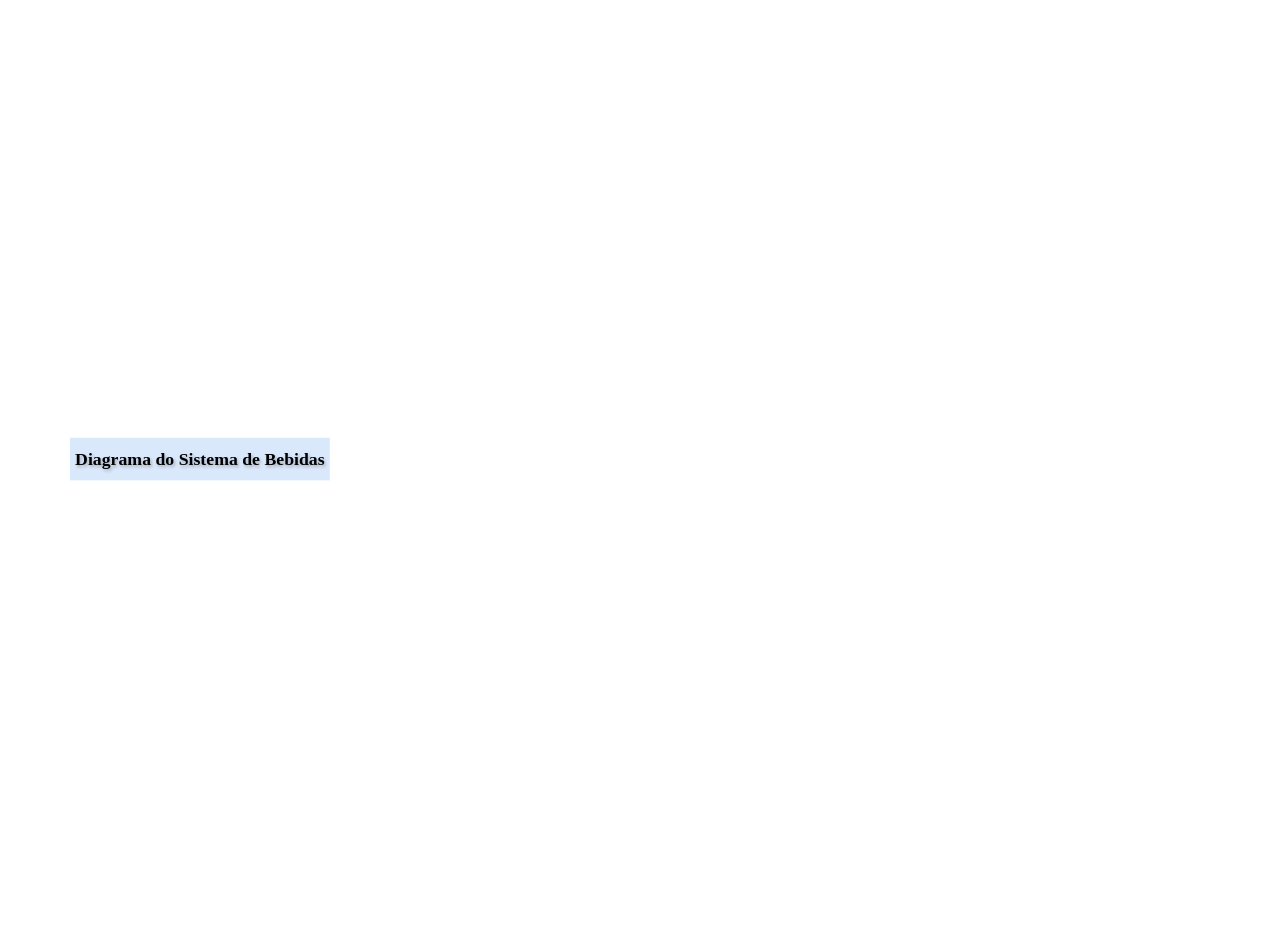
Before: DrinkDistributor.drawio in falkAnonymous/DrinkDistributor, a draw.io diagram. Source tidied: cells renumbered, new cells numbered last; positions are measured from the earlier drawing's top-left corner, leaving out a move shared by most shapes. Both pictures are drawn from the tidied source at 71%, with x=0, y=0 at pixel (70, 437).
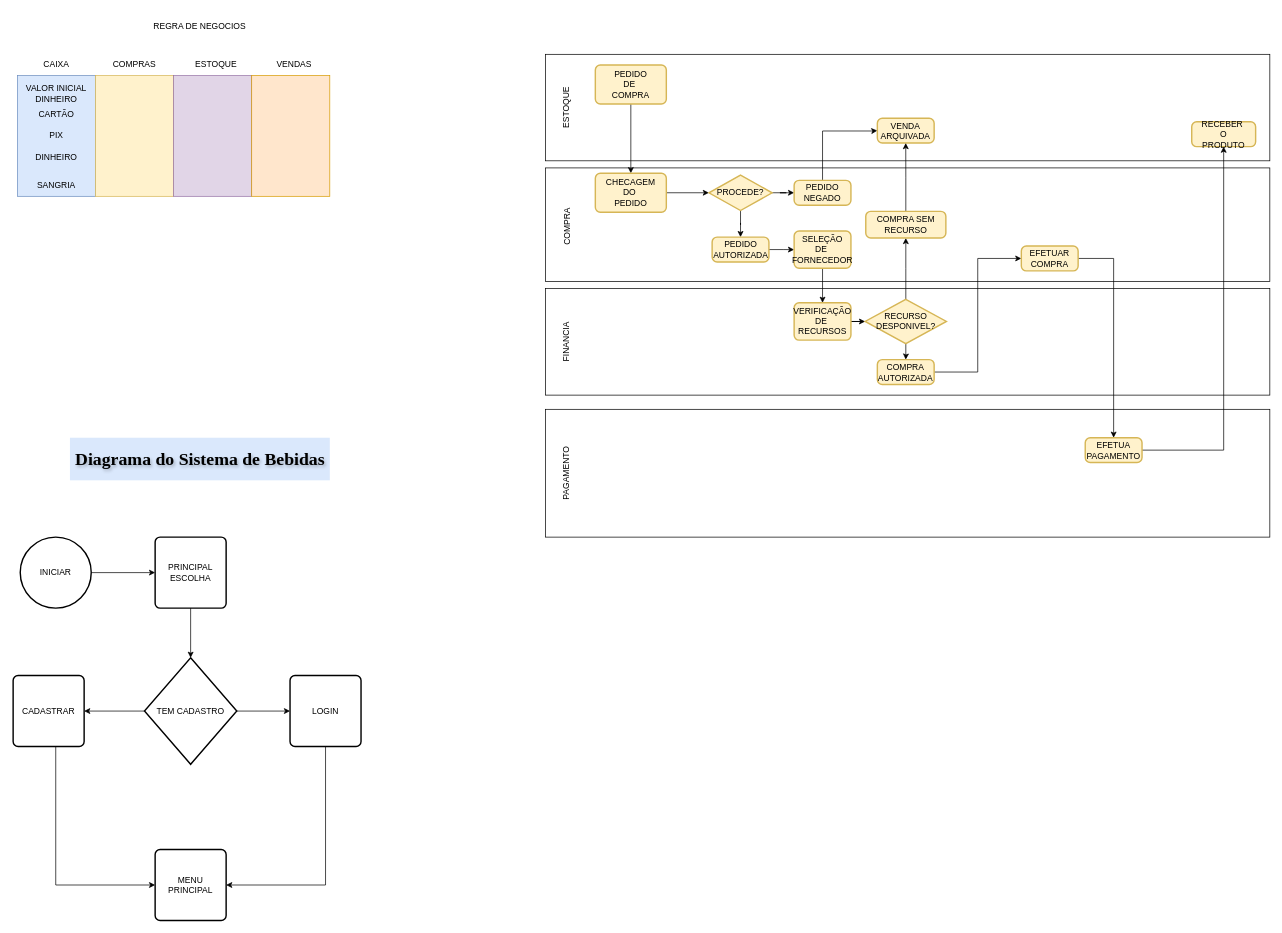
After the change.

What changed in the source:
```diff
@@
+    <mxCell id="3" style="edgeStyle=orthogonalEdgeStyle;rounded=0;jettySize=auto;html=1;" parent="1" edge="1" source="4" target="6">
+      <mxGeometry relative="1" as="geometry" />
+    </mxCell>
+    <mxCell id="4" value="INICIAR" style="strokeWidth=2;html=1;shape=mxgraph.flowchart.start_2;whiteSpace=wrap;" parent="1" vertex="1">
+      <mxGeometry x="-70" y="140" width="100" height="100" as="geometry" />
+    </mxCell>
+    <mxCell id="5" style="edgeStyle=orthogonalEdgeStyle;rounded=0;jettySize=auto;html=1;" parent="1" edge="1" source="6" target="13">
+      <mxGeometry relative="1" as="geometry" />
+    </mxCell>
+    <mxCell id="6" value="PRINCIPAL&lt;div&gt;ESCOLHA&lt;/div&gt;" style="rounded=1;whiteSpace=wrap;html=1;absoluteArcSize=1;arcSize=14;strokeWidth=2;" parent="1" vertex="1">
+      <mxGeometry x="120" y="140" width="100" height="100" as="geometry" />
+    </mxCell>
+    <mxCell id="7" style="edgeStyle=orthogonalEdgeStyle;rounded=0;jettySize=auto;html=1;entryX=1;entryY=0.5;entryDx=0;entryDy=0;" parent="1" edge="1" source="8" target="14">
+      <mxGeometry relative="1" as="geometry">
+        <Array as="points">
+          <mxPoint x="360" y="630" />
+        </Array>
+      </mxGeometry>
+    </mxCell>
+    <mxCell id="8" value="LOGIN" style="rounded=1;whiteSpace=wrap;html=1;absoluteArcSize=1;arcSize=14;strokeWidth=2;" parent="1" vertex="1">
+      <mxGeometry x="310" y="335" width="100" height="100" as="geometry" />
+    </mxCell>
+    <mxCell id="9" style="edgeStyle=orthogonalEdgeStyle;rounded=0;jettySize=auto;html=1;entryX=0;entryY=0.5;entryDx=0;entryDy=0;" parent="1" edge="1" source="10" target="14">
+      <mxGeometry relative="1" as="geometry">
+        <Array as="points">
+          <mxPoint x="-20" y="630" />
+        </Array>
+      </mxGeometry>
+    </mxCell>
+    <mxCell id="10" value="CADASTRAR" style="rounded=1;whiteSpace=wrap;html=1;absoluteArcSize=1;arcSize=14;strokeWidth=2;" parent="1" vertex="1">
+      <mxGeometry x="-80" y="335" width="100" height="100" as="geometry" />
+    </mxCell>
+    <mxCell id="11" style="edgeStyle=orthogonalEdgeStyle;rounded=0;jettySize=auto;html=1;" parent="1" edge="1" source="13" target="8">
+      <mxGeometry relative="1" as="geometry" />
+    </mxCell>
+    <mxCell id="12" style="edgeStyle=orthogonalEdgeStyle;rounded=0;jettySize=auto;html=1;" parent="1" edge="1" source="13" target="10">
+      <mxGeometry relative="1" as="geometry" />
+    </mxCell>
+    <mxCell id="13" value="TEM CADASTRO" style="strokeWidth=2;html=1;shape=mxgraph.flowchart.decision;whiteSpace=wrap;" parent="1" vertex="1">
+      <mxGeometry x="105" y="310" width="130" height="150" as="geometry" />
+    </mxCell>
+    <mxCell id="14" value="MENU PRINCIPAL" style="rounded=1;whiteSpace=wrap;html=1;absoluteArcSize=1;arcSize=14;strokeWidth=2;" parent="1" vertex="1">
+      <mxGeometry x="120" y="580" width="100" height="100" as="geometry" />
+    </mxCell>
+    <mxCell id="15" value="REGRA DE NEGOCIOS" style="text;html=1;align=center;verticalAlign=middle;whiteSpace=wrap;rounded=0;" parent="1" vertex="1">
+      <mxGeometry x="98" y="-599" width="170" height="40" as="geometry" />
+    </mxCell>
+    <mxCell id="16" value="VENDAS" style="text;html=1;align=center;verticalAlign=middle;whiteSpace=wrap;rounded=0;" parent="1" vertex="1">
+      <mxGeometry x="286" y="-540" width="60" height="30" as="geometry" />
+    </mxCell>
+    <mxCell id="17" value="COMPRAS" style="text;html=1;align=center;verticalAlign=middle;whiteSpace=wrap;rounded=0;" parent="1" vertex="1">
+      <mxGeometry x="61" y="-540" width="60" height="30" as="geometry" />
+    </mxCell>
+    <mxCell id="18" value="ESTOQUE" style="text;html=1;align=center;verticalAlign=middle;whiteSpace=wrap;rounded=0;" parent="1" vertex="1">
+      <mxGeometry x="176" y="-540" width="60" height="30" as="geometry" />
+    </mxCell>
+    <mxCell id="19" value="CAIXA" style="text;html=1;align=center;verticalAlign=middle;whiteSpace=wrap;rounded=0;" parent="1" vertex="1">
+      <mxGeometry x="-49" y="-540" width="60" height="30" as="geometry" />
+    </mxCell>
+    <mxCell id="20" style="rounded=0;whiteSpace=wrap;html=1;fillColor=#dae8fc;strokeColor=#6c8ebf;" parent="1" vertex="1">
+      <mxGeometry x="-74" y="-510" width="110" height="170" as="geometry" />
+    </mxCell>
+    <mxCell id="21" style="rounded=0;whiteSpace=wrap;html=1;fillColor=#fff2cc;strokeColor=#d6b656;" parent="1" vertex="1">
+      <mxGeometry x="36" y="-510" width="110" height="170" as="geometry" />
+    </mxCell>
+    <mxCell id="22" style="rounded=0;whiteSpace=wrap;html=1;fillColor=#e1d5e7;strokeColor=#9673a6;" parent="1" vertex="1">
+      <mxGeometry x="146" y="-510" width="110" height="170" as="geometry" />
+    </mxCell>
+    <mxCell id="23" style="rounded=0;whiteSpace=wrap;html=1;fillColor=#ffe6cc;strokeColor=#d79b00;" parent="1" vertex="1">
+      <mxGeometry x="256" y="-510" width="110" height="170" as="geometry" />
+    </mxCell>
+    <mxCell id="24" value="VALOR INICIAL&lt;div&gt;DINHEIRO&lt;/div&gt;" style="text;html=1;align=center;verticalAlign=middle;whiteSpace=wrap;rounded=0;" parent="1" vertex="1">
+      <mxGeometry x="-74" y="-500" width="110" height="30" as="geometry" />
+    </mxCell>
+    <mxCell id="25" value="CARTÃO" style="text;html=1;align=center;verticalAlign=middle;whiteSpace=wrap;rounded=0;" parent="1" vertex="1">
+      <mxGeometry x="-74" y="-470" width="110" height="30" as="geometry" />
+    </mxCell>
+    <mxCell id="26" value="PIX" style="text;html=1;align=center;verticalAlign=middle;whiteSpace=wrap;rounded=0;" parent="1" vertex="1">
+      <mxGeometry x="-74" y="-440" width="110" height="30" as="geometry" />
+    </mxCell>
+    <mxCell id="27" value="DINHEIRO" style="text;html=1;align=center;verticalAlign=middle;whiteSpace=wrap;rounded=0;" parent="1" vertex="1">
+      <mxGeometry x="-74" y="-410" width="110" height="30" as="geometry" />
+    </mxCell>
+    <mxCell id="28" value="SANGRIA" style="text;html=1;align=center;verticalAlign=middle;whiteSpace=wrap;rounded=0;" parent="1" vertex="1">
+      <mxGeometry x="-74" y="-370" width="110" height="30" as="geometry" />
+    </mxCell>
+    <mxCell id="29" style="rounded=0;whiteSpace=wrap;html=1;" parent="1" vertex="1">
+      <mxGeometry x="670" y="-540" width="1020" height="150" as="geometry" />
+    </mxCell>
+    <mxCell id="30" style="rounded=0;whiteSpace=wrap;html=1;" parent="1" vertex="1">
+      <mxGeometry x="670" y="-380" width="1020" height="160" as="geometry" />
+    </mxCell>
+    <mxCell id="31" style="rounded=0;whiteSpace=wrap;html=1;" parent="1" vertex="1">
+      <mxGeometry x="670" y="-210" width="1020" height="150" as="geometry" />
+    </mxCell>
+    <mxCell id="32" style="rounded=0;whiteSpace=wrap;html=1;" parent="1" vertex="1">
+      <mxGeometry x="670" y="-40" width="1020" height="180" as="geometry" />
+    </mxCell>
+    <mxCell id="33" value="ESTOQUE" style="text;html=1;align=center;verticalAlign=middle;whiteSpace=wrap;rounded=0;rotation=-90;" parent="1" vertex="1">
+      <mxGeometry x="670" y="-480" width="60" height="30" as="geometry" />
+    </mxCell>
+    <mxCell id="34" value="COMPRA" style="text;html=1;align=center;verticalAlign=middle;whiteSpace=wrap;rounded=0;rotation=-90;" parent="1" vertex="1">
+      <mxGeometry x="670" y="-312.5" width="60" height="30" as="geometry" />
+    </mxCell>
+    <mxCell id="35" value="FINANCIA" style="text;html=1;align=center;verticalAlign=middle;whiteSpace=wrap;rounded=0;rotation=-90;" parent="1" vertex="1">
+      <mxGeometry x="670" y="-150" width="60" height="30" as="geometry" />
+    </mxCell>
+    <mxCell id="36" value="PAGAMENTO" style="text;html=1;align=center;verticalAlign=middle;whiteSpace=wrap;rounded=0;rotation=-90;" parent="1" vertex="1">
+      <mxGeometry x="670" y="35" width="60" height="30" as="geometry" />
+    </mxCell>
+    <mxCell id="37" style="edgeStyle=orthogonalEdgeStyle;rounded=0;jettySize=auto;html=1;" parent="1" edge="1" source="38" target="40">
+      <mxGeometry relative="1" as="geometry" />
+    </mxCell>
+    <mxCell id="38" value="PEDIDO&lt;div&gt;DE&amp;nbsp;&lt;/div&gt;&lt;div&gt;COMPRA&lt;/div&gt;" style="rounded=1;whiteSpace=wrap;html=1;absoluteArcSize=1;arcSize=14;strokeWidth=2;fillColor=#fff2cc;strokeColor=#d6b656;" parent="1" vertex="1">
+      <mxGeometry x="740" y="-525" width="100" height="55" as="geometry" />
+    </mxCell>
+    <mxCell id="39" style="edgeStyle=orthogonalEdgeStyle;rounded=0;jettySize=auto;html=1;" parent="1" edge="1" source="40" target="43">
+      <mxGeometry relative="1" as="geometry" />
+    </mxCell>
+    <mxCell id="40" value="CHECAGEM&lt;div&gt;DO&amp;nbsp;&lt;/div&gt;&lt;div&gt;PEDIDO&lt;/div&gt;" style="rounded=1;whiteSpace=wrap;html=1;absoluteArcSize=1;arcSize=14;strokeWidth=2;fillColor=#fff2cc;strokeColor=#d6b656;" parent="1" vertex="1">
+      <mxGeometry x="740" y="-372.5" width="100" height="55" as="geometry" />
+    </mxCell>
+    <mxCell id="41" style="edgeStyle=orthogonalEdgeStyle;rounded=0;jettySize=auto;html=1;entryX=0.5;entryY=0;entryDx=0;entryDy=0;" parent="1" edge="1" source="43" target="45">
+      <mxGeometry relative="1" as="geometry" />
+    </mxCell>
+    <mxCell id="42" style="edgeStyle=orthogonalEdgeStyle;rounded=0;jettySize=auto;html=1;" parent="1" edge="1" source="43" target="47">
+      <mxGeometry relative="1" as="geometry" />
+    </mxCell>
+    <mxCell id="43" value="PROCEDE?" style="strokeWidth=2;html=1;shape=mxgraph.flowchart.decision;whiteSpace=wrap;fillColor=#fff2cc;strokeColor=#d6b656;" parent="1" vertex="1">
+      <mxGeometry x="900" y="-370" width="89" height="50" as="geometry" />
+    </mxCell>
+    <mxCell id="44" style="edgeStyle=orthogonalEdgeStyle;rounded=0;jettySize=auto;html=1;" parent="1" edge="1" source="45" target="49">
+      <mxGeometry relative="1" as="geometry" />
+    </mxCell>
+    <mxCell id="45" value="PEDIDO AUTORIZADA" style="rounded=1;whiteSpace=wrap;html=1;absoluteArcSize=1;arcSize=14;strokeWidth=2;fillColor=#fff2cc;strokeColor=#d6b656;" parent="1" vertex="1">
+      <mxGeometry x="904.5" y="-282.5" width="80" height="35" as="geometry" />
+    </mxCell>
+    <mxCell id="46" style="edgeStyle=orthogonalEdgeStyle;rounded=0;jettySize=auto;html=1;entryX=0;entryY=0.5;entryDx=0;entryDy=0;" parent="1" edge="1" source="47" target="50">
+      <mxGeometry relative="1" as="geometry">
+        <Array as="points">
+          <mxPoint x="1060" y="-432" />
+          <mxPoint x="1130" y="-432" />
+        </Array>
+      </mxGeometry>
+    </mxCell>
+    <mxCell id="47" value="PEDIDO&lt;div&gt;NEGADO&lt;/div&gt;" style="rounded=1;whiteSpace=wrap;html=1;absoluteArcSize=1;arcSize=14;strokeWidth=2;fillColor=#fff2cc;strokeColor=#d6b656;" parent="1" vertex="1">
+      <mxGeometry x="1020" y="-362.5" width="80" height="35" as="geometry" />
+    </mxCell>
+    <mxCell id="48" style="edgeStyle=orthogonalEdgeStyle;rounded=0;jettySize=auto;html=1;" parent="1" edge="1" source="49" target="52">
+      <mxGeometry relative="1" as="geometry" />
+    </mxCell>
+    <mxCell id="49" value="SELEÇÃO&lt;div&gt;DE&amp;nbsp;&lt;/div&gt;&lt;div&gt;FORNECEDOR&lt;/div&gt;" style="rounded=1;whiteSpace=wrap;html=1;absoluteArcSize=1;arcSize=14;strokeWidth=2;fillColor=#fff2cc;strokeColor=#d6b656;" parent="1" vertex="1">
+      <mxGeometry x="1020" y="-291.2" width="80" height="52.5" as="geometry" />
+    </mxCell>
+    <mxCell id="50" value="VENDA ARQUIVADA" style="rounded=1;whiteSpace=wrap;html=1;absoluteArcSize=1;arcSize=14;strokeWidth=2;fillColor=#fff2cc;strokeColor=#d6b656;" parent="1" vertex="1">
+      <mxGeometry x="1137.2" y="-450" width="80" height="35" as="geometry" />
+    </mxCell>
+    <mxCell id="51" style="edgeStyle=orthogonalEdgeStyle;rounded=0;jettySize=auto;html=1;" parent="1" edge="1" source="52" target="55">
+      <mxGeometry relative="1" as="geometry" />
+    </mxCell>
+    <mxCell id="52" value="VERIFICAÇÃO&lt;div&gt;DE&amp;nbsp;&lt;/div&gt;&lt;div&gt;RECURSOS&lt;/div&gt;" style="rounded=1;whiteSpace=wrap;html=1;absoluteArcSize=1;arcSize=14;strokeWidth=2;fillColor=#fff2cc;strokeColor=#d6b656;" parent="1" vertex="1">
+      <mxGeometry x="1020" y="-190" width="80" height="52.5" as="geometry" />
+    </mxCell>
+    <mxCell id="53" style="edgeStyle=orthogonalEdgeStyle;rounded=0;jettySize=auto;html=1;" parent="1" edge="1" source="55" target="57">
+      <mxGeometry relative="1" as="geometry" />
+    </mxCell>
+    <mxCell id="54" style="edgeStyle=orthogonalEdgeStyle;rounded=0;jettySize=auto;html=1;" parent="1" edge="1" source="55" target="59">
+      <mxGeometry relative="1" as="geometry" />
+    </mxCell>
+    <mxCell id="55" value="RECURSO&lt;div&gt;DESPONIVEL?&lt;/div&gt;" style="strokeWidth=2;html=1;shape=mxgraph.flowchart.decision;whiteSpace=wrap;fillColor=#fff2cc;strokeColor=#d6b656;" parent="1" vertex="1">
+      <mxGeometry x="1120" y="-195" width="114.5" height="62.5" as="geometry" />
+    </mxCell>
+    <mxCell id="56" style="edgeStyle=orthogonalEdgeStyle;rounded=0;jettySize=auto;html=1;" parent="1" edge="1" source="57" target="50">
+      <mxGeometry relative="1" as="geometry" />
+    </mxCell>
+    <mxCell id="57" value="COMPRA SEM RECURSO" style="rounded=1;whiteSpace=wrap;html=1;absoluteArcSize=1;arcSize=14;strokeWidth=2;fillColor=#fff2cc;strokeColor=#d6b656;" parent="1" vertex="1">
+      <mxGeometry x="1120.9" y="-318.8" width="112.8" height="37.5" as="geometry" />
+    </mxCell>
+    <mxCell id="58" style="edgeStyle=orthogonalEdgeStyle;rounded=0;jettySize=auto;html=1;entryX=0;entryY=0.5;entryDx=0;entryDy=0;" parent="1" edge="1" source="59" target="61">
+      <mxGeometry relative="1" as="geometry" />
+    </mxCell>
+    <mxCell id="59" value="COMPRA AUTORIZADA" style="rounded=1;whiteSpace=wrap;html=1;absoluteArcSize=1;arcSize=14;strokeWidth=2;fillColor=#fff2cc;strokeColor=#d6b656;" parent="1" vertex="1">
+      <mxGeometry x="1137.2" y="-110" width="80" height="35" as="geometry" />
+    </mxCell>
+    <mxCell id="60" style="edgeStyle=orthogonalEdgeStyle;rounded=0;jettySize=auto;html=1;" parent="1" edge="1" source="61" target="63">
+      <mxGeometry relative="1" as="geometry">
+        <Array as="points">
+          <mxPoint x="1470" y="-252" />
+        </Array>
+      </mxGeometry>
+    </mxCell>
+    <mxCell id="61" value="EFETUAR&lt;div&gt;COMPRA&lt;/div&gt;" style="rounded=1;whiteSpace=wrap;html=1;absoluteArcSize=1;arcSize=14;strokeWidth=2;fillColor=#fff2cc;strokeColor=#d6b656;" parent="1" vertex="1">
+      <mxGeometry x="1340" y="-270" width="80" height="35" as="geometry" />
+    </mxCell>
+    <mxCell id="62" style="edgeStyle=orthogonalEdgeStyle;rounded=0;jettySize=auto;html=1;entryX=0.5;entryY=1;entryDx=0;entryDy=0;" parent="1" edge="1" source="63" target="64">
+      <mxGeometry relative="1" as="geometry" />
+    </mxCell>
+    <mxCell id="63" value="EFETUA&lt;div&gt;PAGAMENTO&lt;/div&gt;" style="rounded=1;whiteSpace=wrap;html=1;absoluteArcSize=1;arcSize=14;strokeWidth=2;fillColor=#fff2cc;strokeColor=#d6b656;" parent="1" vertex="1">
+      <mxGeometry x="1430" width="80" height="35" as="geometry" />
+    </mxCell>
+    <mxCell id="64" value="RECEBER&amp;nbsp;&lt;div&gt;O&lt;/div&gt;&lt;div&gt;PRODUTO&lt;/div&gt;" style="rounded=1;whiteSpace=wrap;html=1;absoluteArcSize=1;arcSize=14;strokeWidth=2;fillColor=#fff2cc;strokeColor=#d6b656;" parent="1" vertex="1">
+      <mxGeometry x="1580" y="-445" width="90" height="35" as="geometry" />
+    </mxCell>
```
